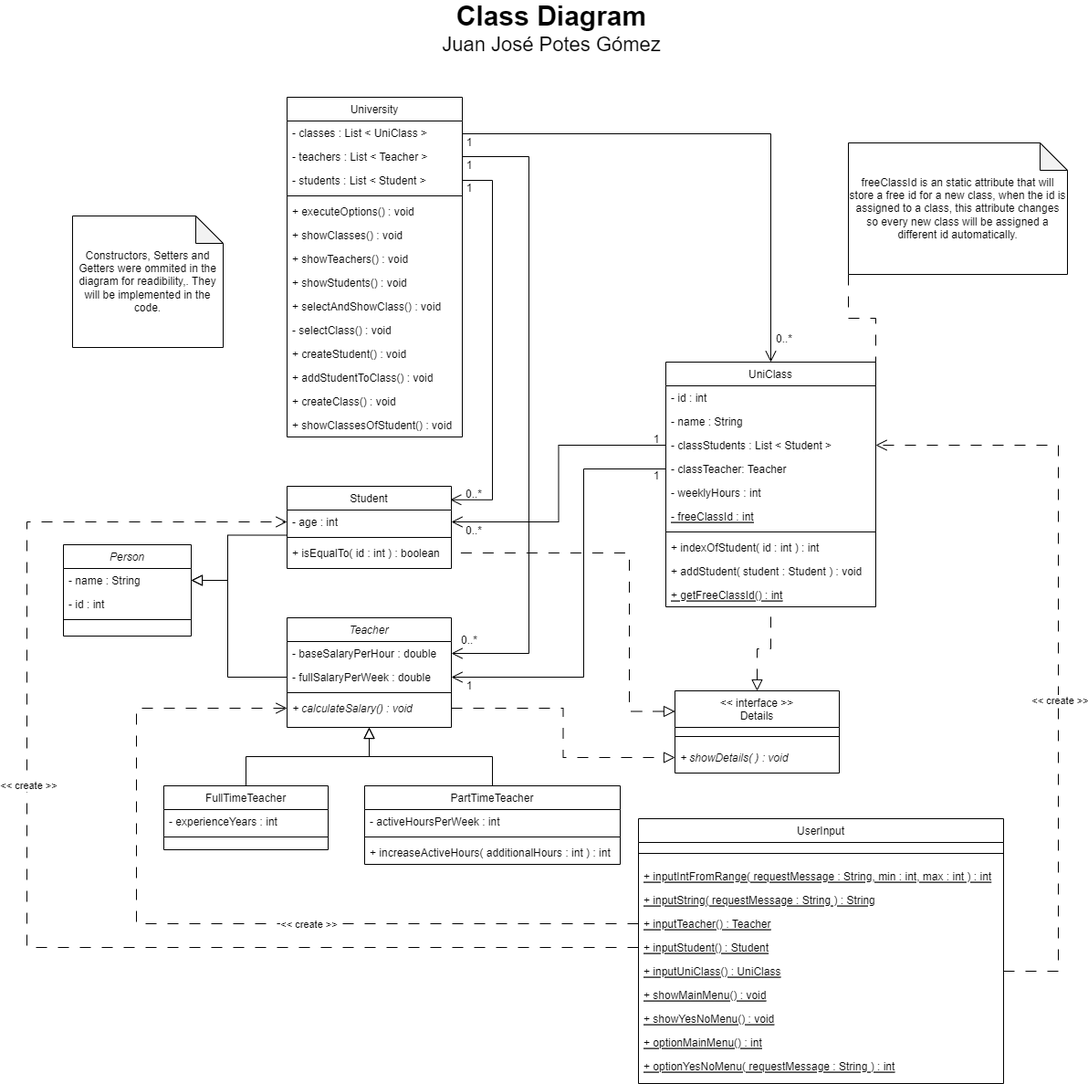
Earlier version of the draw.io export ClassDiagram_Juan Potes.png (J-Potes-GLB/JuanPotes_ProjectUniversity). Source tidied: cells renumbered, new cells last; positions are measured from the earlier drawing's top-left corner, leaving out a move shared by most shapes.
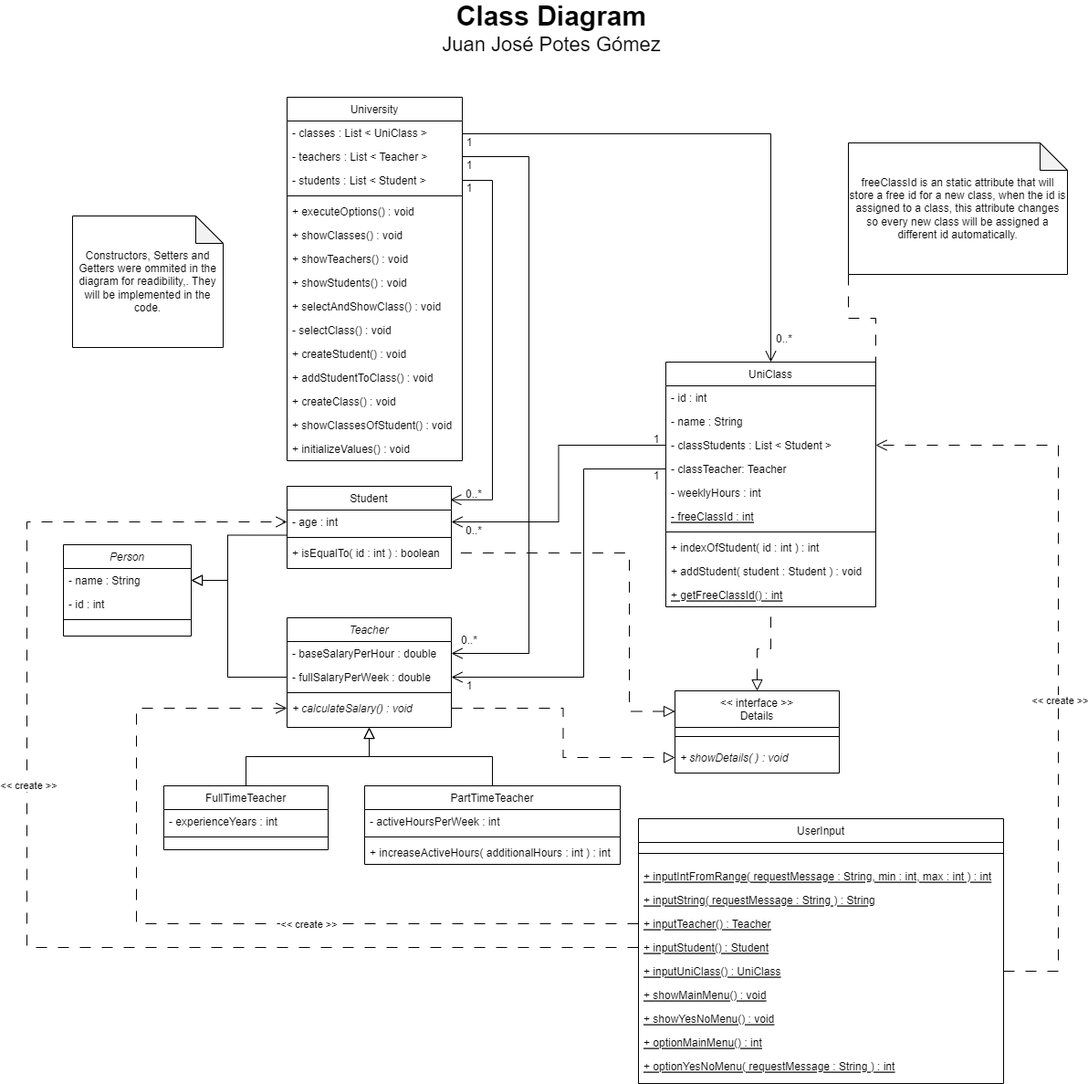
After the commit.

Commit message:
Updated the class diagram

What changed in the source:
```diff
@@ -42,7 +42,7 @@
       <mxGeometry y="86" width="180" height="26" as="geometry" />
     </mxCell>
     <mxCell id="15" value="University" style="swimlane;fontStyle=0;align=center;verticalAlign=top;horizontal=1;startSize=26;rounded=0;shadow=0;strokeWidth=1;" parent="1" vertex="1">
-      <mxGeometry x="285" y="90" width="192" height="372" as="geometry" />
+      <mxGeometry x="285" y="90" width="192" height="398" as="geometry" />
     </mxCell>
     <mxCell id="16" value="- classes : List &lt; UniClass &gt;" style="text;align=left;verticalAlign=top;spacingLeft=4;spacingRight=4;overflow=hidden;points=[[0,0.5],[1,0.5]];portConstraint=eastwest;rounded=0;shadow=0;html=0;" parent="15" vertex="1">
       <mxGeometry y="26" width="192" height="26" as="geometry" />
@@ -86,6 +86,9 @@
     <mxCell id="29" value="+ showClassesOfStudent() : void" style="text;align=left;verticalAlign=top;spacingLeft=4;spacingRight=4;overflow=hidden;" parent="15" vertex="1">
       <mxGeometry y="346" width="192" height="26" as="geometry" />
     </mxCell>
+    <mxCell id="95" value="+ initializeValues() : void" style="text;align=left;verticalAlign=top;spacingLeft=4;spacingRight=4;overflow=hidden;" parent="15" vertex="1">
+      <mxGeometry y="372" width="192" height="26" as="geometry" />
+    </mxCell>
     <mxCell id="30" style="edgeStyle=orthogonalEdgeStyle;rounded=0;jettySize=auto;html=1;entryX=0.5;entryY=1;entryDx=0;entryDy=0;endArrow=block;endFill=0;endSize=10;" parent="1" edge="1" source="31" target="10">
       <mxGeometry relative="1" as="geometry" />
     </mxCell>
```
